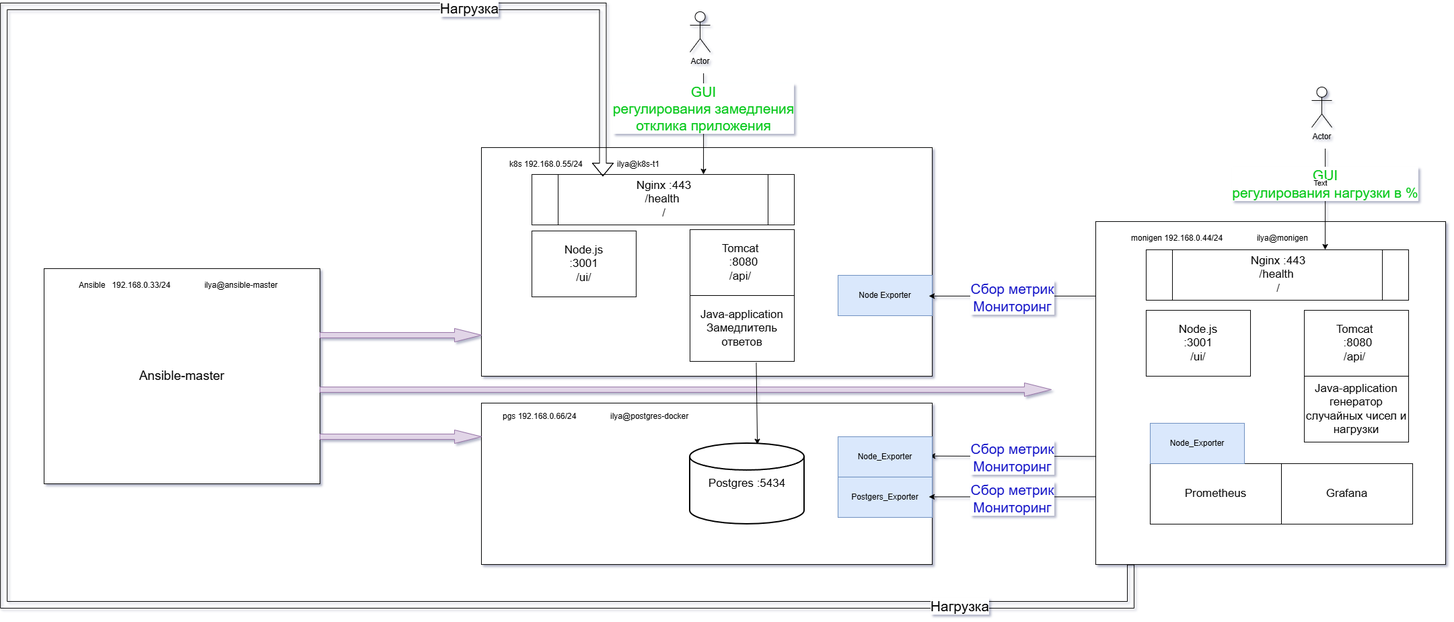
Before: moex_k8s/roles/nodejs/files/public/images/Simple_Net_Components.png, a diagram exported from draw.io (ildarbiano/ansible). Source tidied: cells renumbered, new cells last; positions are measured from the earlier drawing's top-left corner, leaving out a move shared by most shapes.
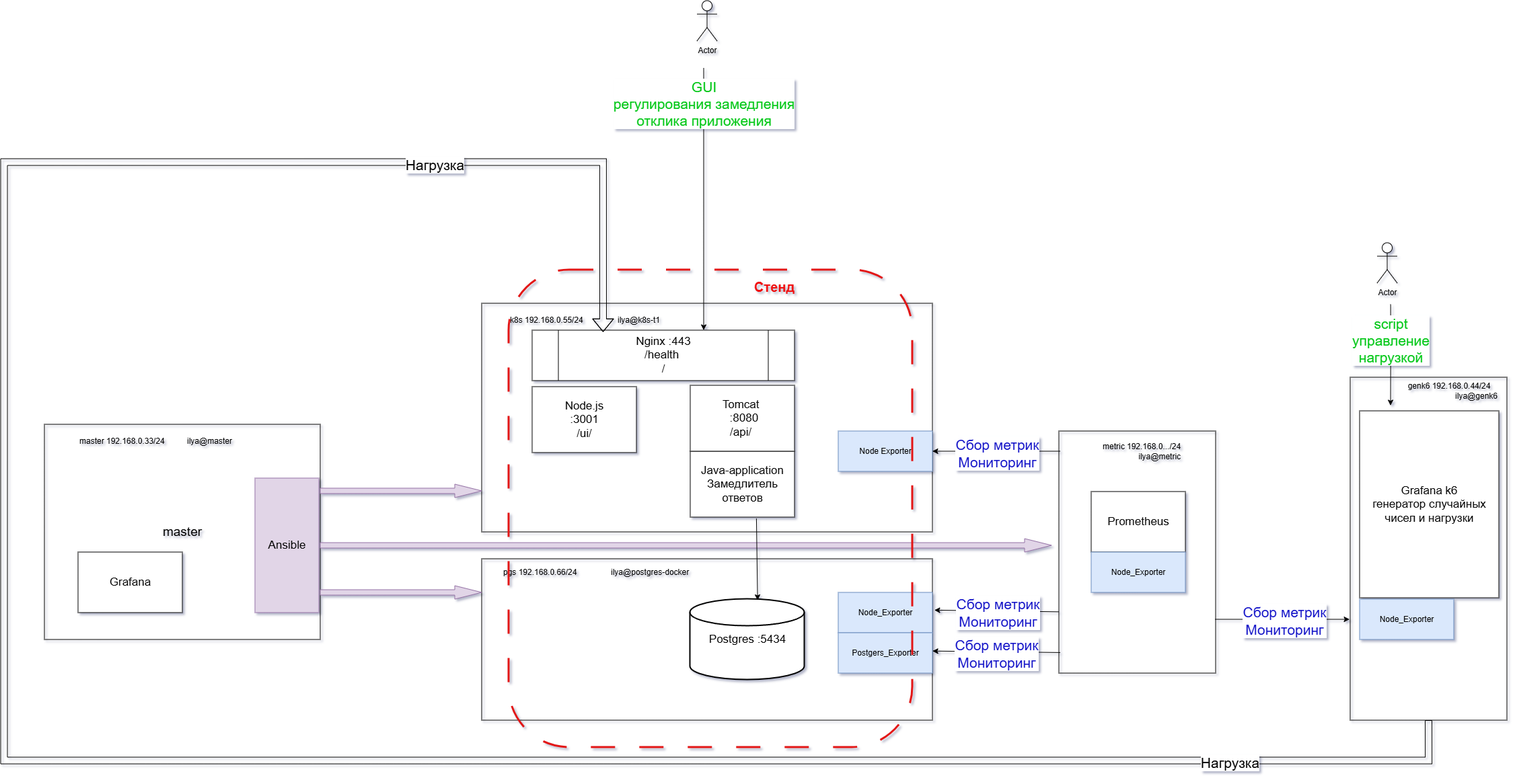
The same diagram one commit later.

What changed in the source:
```diff
@@ -2,10 +2,13 @@
   <root>
     <mxCell id="0" />
     <mxCell id="1" parent="0" />
+    <mxCell id="45" style="rounded=0;whiteSpace=wrap;html=1;fillColor=none;" parent="1" vertex="1">
+      <mxGeometry x="1568" y="400" width="233" height="360" as="geometry" />
+    </mxCell>
-    <mxCell id="2" style="rounded=0;whiteSpace=wrap;html=1;" parent="1" vertex="1">
+    <mxCell id="2" style="rounded=0;whiteSpace=wrap;html=1;fillColor=none;" parent="1" vertex="1">
       <mxGeometry x="710" y="590" width="670" height="240" as="geometry" />
     </mxCell>
-    <mxCell id="3" style="rounded=0;whiteSpace=wrap;html=1;" parent="1" vertex="1">
+    <mxCell id="3" style="rounded=0;whiteSpace=wrap;html=1;fillColor=none;" parent="1" vertex="1">
       <mxGeometry x="710" y="210" width="670" height="340" as="geometry" />
     </mxCell>
     <mxCell id="4" value="&lt;font style=&quot;font-size: 17px;&quot;&gt;&lt;font style=&quot;&quot;&gt;Postgres&amp;nbsp;&lt;/font&gt;&lt;span style=&quot;background-color: transparent; color: light-dark(rgb(0, 0, 0), rgb(255, 255, 255));&quot;&gt;:5434&lt;/span&gt;&lt;/font&gt;" style="strokeWidth=2;html=1;shape=mxgraph.flowchart.database;whiteSpace=wrap;rounded=0;" parent="1" vertex="1">
@@ -20,10 +23,10 @@
     <mxCell id="7" value="k8s 192.168.0.55/24&lt;span style=&quot;white-space:pre&quot;&gt;&#9;&#9;&lt;/span&gt;ilya@k8s-t1" style="text;html=1;whiteSpace=wrap;strokeColor=none;fillColor=none;align=left;verticalAlign=middle;rounded=0;" parent="1" vertex="1">
       <mxGeometry x="750" y="220" width="320" height="30" as="geometry" />
     </mxCell>
-    <mxCell id="8" value="&lt;font style=&quot;font-size: 19px;&quot;&gt;Ansible-master&lt;/font&gt;" style="rounded=0;whiteSpace=wrap;html=1;" parent="1" vertex="1">
+    <mxCell id="8" value="&lt;font style=&quot;font-size: 19px;&quot;&gt;master&lt;/font&gt;" style="rounded=0;whiteSpace=wrap;html=1;fillColor=none;" parent="1" vertex="1">
       <mxGeometry x="60" y="390" width="410" height="320" as="geometry" />
     </mxCell>
-    <mxCell id="9" value="Ansible&amp;nbsp; &amp;nbsp;192.168.0.33/24&lt;span style=&quot;white-space:pre&quot;&gt;&#9;&#9;&lt;/span&gt;ilya@ansible-master" style="text;html=1;whiteSpace=wrap;strokeColor=none;fillColor=none;align=left;verticalAlign=middle;rounded=0;" parent="1" vertex="1">
+    <mxCell id="9" value="master 192.168.0.33/24&lt;span style=&quot;white-space:pre&quot;&gt;&#9;&#9;&lt;/span&gt;ilya@master" style="text;html=1;whiteSpace=wrap;strokeColor=none;fillColor=none;align=left;verticalAlign=middle;rounded=0;" parent="1" vertex="1">
       <mxGeometry x="110" y="400" width="340" height="30" as="geometry" />
     </mxCell>
     <mxCell id="10" style="html=1;shadow=0;dashed=0;align=center;verticalAlign=middle;shape=mxgraph.arrows2.arrow;dy=0.6;dx=40;notch=0;fillColor=#e1d5e7;strokeColor=#9673a6;rounded=0;" parent="1" vertex="1">
@@ -35,23 +38,17 @@
     <mxCell id="12" value="&lt;span style=&quot;font-size: 17px;&quot;&gt;Java-application&lt;/span&gt;&lt;div&gt;&lt;span style=&quot;font-size: 17px;&quot;&gt;Замедлитель ответов&lt;/span&gt;&lt;/div&gt;" style="rounded=0;whiteSpace=wrap;html=1;" parent="1" vertex="1">
       <mxGeometry x="1020" y="430" width="155" height="98" as="geometry" />
     </mxCell>
-    <mxCell id="13" style="rounded=0;whiteSpace=wrap;html=1;" parent="1" vertex="1">
-      <mxGeometry x="1623" y="320" width="520" height="510" as="geometry" />
+    <mxCell id="13" style="rounded=0;whiteSpace=wrap;html=1;fillColor=none;" parent="1" vertex="1">
+      <mxGeometry x="2001" y="320" width="233" height="510" as="geometry" />
     </mxCell>
-    <mxCell id="14" value="&lt;font style=&quot;font-size: 17px;&quot;&gt;Nginx :443&lt;/font&gt;&lt;div&gt;&lt;font style=&quot;font-size: 17px;&quot;&gt;/health&amp;nbsp;&lt;/font&gt;&lt;/div&gt;&lt;div&gt;&lt;font style=&quot;font-size: 17px;&quot;&gt;/&lt;/font&gt;&lt;/div&gt;" style="shape=process;whiteSpace=wrap;html=1;backgroundOutline=1;rounded=0;" parent="1" vertex="1">
-      <mxGeometry x="1698" y="362" width="390" height="75" as="geometry" />
-    </mxCell>
-    <mxCell id="15" value="monigen 192.168.0.44/24&lt;span style=&quot;white-space:pre&quot;&gt;&#9;&#9;&lt;/span&gt;ilya@monigen" style="text;html=1;whiteSpace=wrap;strokeColor=none;fillColor=none;align=left;verticalAlign=middle;rounded=0;" parent="1" vertex="1">
-      <mxGeometry x="1674" y="330" width="320" height="30" as="geometry" />
+    <mxCell id="15" value="genk6 192.168.0.44/24&lt;span style=&quot;white-space:pre&quot;&gt;&#9;&lt;/span&gt;&lt;div&gt;&lt;span style=&quot;white-space:pre&quot;&gt;&#9;&lt;/span&gt;ilya@genk6&lt;/div&gt;" style="text;html=1;whiteSpace=wrap;strokeColor=none;fillColor=none;align=right;verticalAlign=middle;rounded=0;" parent="1" vertex="1">
+      <mxGeometry x="2007" y="325" width="215" height="30" as="geometry" />
     </mxCell>
     <mxCell id="16" value="&lt;font style=&quot;font-size: 17px;&quot;&gt;Node.js&lt;/font&gt;&lt;div&gt;&lt;font style=&quot;font-size: 17px;&quot;&gt;:3001&lt;/font&gt;&lt;/div&gt;&lt;div&gt;&lt;font style=&quot;font-size: 17px;&quot;&gt;/ui/&lt;/font&gt;&lt;/div&gt;" style="rounded=0;whiteSpace=wrap;html=1;" parent="1" vertex="1">
       <mxGeometry x="785" y="334" width="155" height="98" as="geometry" />
     </mxCell>
-    <mxCell id="17" value="&lt;div&gt;&lt;font style=&quot;font-size: 17px;&quot;&gt;Tomcat&amp;nbsp;&lt;/font&gt;&lt;/div&gt;&lt;div&gt;&lt;span style=&quot;background-color: transparent; color: light-dark(rgb(0, 0, 0), rgb(255, 255, 255));&quot;&gt;&lt;font style=&quot;font-size: 17px;&quot;&gt;&amp;nbsp;:8080&lt;/font&gt;&lt;/span&gt;&lt;/div&gt;&lt;div&gt;&lt;span style=&quot;background-color: transparent; color: light-dark(rgb(0, 0, 0), rgb(255, 255, 255));&quot;&gt;&lt;font style=&quot;font-size: 17px;&quot;&gt;/api/&amp;nbsp;&lt;/font&gt;&lt;/span&gt;&lt;/div&gt;" style="rounded=0;whiteSpace=wrap;html=1;" parent="1" vertex="1">
-      <mxGeometry x="1933" y="452" width="155" height="98" as="geometry" />
-    </mxCell>
-    <mxCell id="18" value="&lt;span style=&quot;font-size: 17px;&quot;&gt;Java-application&lt;/span&gt;&lt;div&gt;&lt;span style=&quot;font-size: 17px;&quot;&gt;генератор случайных чисел и нагрузки&lt;/span&gt;&lt;/div&gt;" style="rounded=0;whiteSpace=wrap;html=1;" parent="1" vertex="1">
-      <mxGeometry x="1933" y="550" width="155" height="98" as="geometry" />
+    <mxCell id="18" value="&lt;span style=&quot;font-size: 17px;&quot;&gt;Grafana k6&lt;/span&gt;&lt;div&gt;&lt;span style=&quot;font-size: 17px;&quot;&gt;генератор случайных чисел и нагрузки&lt;/span&gt;&lt;/div&gt;" style="rounded=0;whiteSpace=wrap;html=1;" parent="1" vertex="1">
+      <mxGeometry x="2015" y="370" width="207" height="278" as="geometry" />
     </mxCell>
     <mxCell id="19" value="&lt;div&gt;&lt;font style=&quot;font-size: 17px;&quot;&gt;Tomcat&amp;nbsp;&lt;/font&gt;&lt;/div&gt;&lt;div&gt;&lt;span style=&quot;background-color: transparent; color: light-dark(rgb(0, 0, 0), rgb(255, 255, 255));&quot;&gt;&lt;font style=&quot;font-size: 17px;&quot;&gt;&amp;nbsp;:8080&lt;/font&gt;&lt;/span&gt;&lt;/div&gt;&lt;div&gt;&lt;span style=&quot;background-color: transparent; color: light-dark(rgb(0, 0, 0), rgb(255, 255, 255));&quot;&gt;&lt;font style=&quot;font-size: 17px;&quot;&gt;/api/&amp;nbsp;&lt;/font&gt;&lt;/span&gt;&lt;/div&gt;" style="rounded=0;whiteSpace=wrap;html=1;" parent="1" vertex="1">
       <mxGeometry x="1020" y="332" width="155" height="98" as="geometry" />
@@ -60,30 +57,24 @@
       <mxGeometry x="470" y="560" width="1087" height="20" as="geometry" />
     </mxCell>
     <mxCell id="21" value="Actor" style="shape=umlActor;verticalLabelPosition=bottom;verticalAlign=top;html=1;rounded=0;" parent="1" vertex="1">
-      <mxGeometry x="1944" y="120" width="30" height="60" as="geometry" />
+      <mxGeometry x="2041" y="120" width="30" height="60" as="geometry" />
     </mxCell>
     <mxCell id="22" style="endArrow=classic;html=1;rounded=0;entryX=0.684;entryY=1.011;entryDx=0;entryDy=0;entryPerimeter=0;edgeStyle=orthogonalEdgeStyle;elbow=vertical;curved=1;" parent="1" edge="1">
       <mxGeometry relative="1" as="geometry">
-        <mxPoint x="1964.1" y="211.7" as="sourcePoint" />
-        <mxPoint x="1964" y="362" as="targetPoint" />
+        <mxPoint x="2061.1" y="211.7" as="sourcePoint" />
+        <mxPoint x="2061" y="362" as="targetPoint" />
       </mxGeometry>
     </mxCell>
-    <mxCell id="23" value="&lt;font style=&quot;font-size: 21px; color: light-dark(rgb(5, 200, 25), rgb(237, 237, 237));&quot;&gt;GUI&lt;/font&gt;&lt;div&gt;&lt;font style=&quot;font-size: 21px; color: light-dark(rgb(5, 200, 25), rgb(237, 237, 237));&quot;&gt;регулирования нагрузки в %&lt;/font&gt;&lt;/div&gt;" style="edgeLabel;html=1;align=center;verticalAlign=middle;rounded=0;" parent="22" vertex="1">
+    <mxCell id="23" value="&lt;font style=&quot;font-size: 21px; color: light-dark(rgb(5, 200, 25), rgb(237, 237, 237));&quot;&gt;script&lt;/font&gt;&lt;div&gt;&lt;font style=&quot;font-size: 21px; color: light-dark(rgb(5, 200, 25), rgb(237, 237, 237));&quot;&gt;управление&lt;/font&gt;&lt;/div&gt;&lt;div&gt;&lt;font style=&quot;font-size: 21px; color: light-dark(rgb(5, 200, 25), rgb(237, 237, 237));&quot;&gt;нагрузкой&lt;/font&gt;&lt;/div&gt;" style="edgeLabel;html=1;align=center;verticalAlign=middle;rounded=0;" parent="22" vertex="1">
       <mxGeometry x="-0.31" y="-2" relative="1" as="geometry" />
     </mxCell>
-    <mxCell id="24" value="Text" style="edgeLabel;html=1;align=center;verticalAlign=middle;" parent="22" vertex="1">
-      <mxGeometry x="-0.35" y="-9" relative="1" as="geometry">
-        <mxPoint y="1" as="offset" />
-      </mxGeometry>
-    </mxCell>
-    <mxCell id="25" style="edgeStyle=orthogonalEdgeStyle;elbow=vertical;endArrow=classic;html=1;rounded=0;startArrow=none;startFill=0;shape=flexArrow;strokeWidth=1;entryX=0.439;entryY=1.091;entryDx=0;entryDy=0;entryPerimeter=0;" parent="1" edge="1" target="7">
+    <mxCell id="25" style="edgeStyle=orthogonalEdgeStyle;elbow=vertical;endArrow=classic;html=1;rounded=0;startArrow=none;startFill=0;shape=flexArrow;strokeWidth=1;entryX=0.439;entryY=1.091;entryDx=0;entryDy=0;entryPerimeter=0;exitX=0.5;exitY=1;exitDx=0;exitDy=0;" parent="1" edge="1" source="13" target="7">
       <mxGeometry relative="1" as="geometry">
-        <mxPoint x="1675" y="830" as="sourcePoint" />
         <Array as="points">
-          <mxPoint x="1675.1" y="890" />
-          <mxPoint y="890" />
-          <mxPoint />
-          <mxPoint x="890.6" />
+          <mxPoint x="2117.5" y="890" />
+          <mxPoint x="0.1" y="890" />
+          <mxPoint x="0.1" />
+          <mxPoint x="890.5" />
         </Array>
       </mxGeometry>
     </mxCell>
@@ -97,32 +88,33 @@
         <mxPoint x="-2" as="offset" />
       </mxGeometry>
     </mxCell>
-    <mxCell id="28" value="&lt;font style=&quot;font-size: 17px;&quot;&gt;Node.js&lt;/font&gt;&lt;div&gt;&lt;font style=&quot;font-size: 17px;&quot;&gt;:3001&lt;/font&gt;&lt;/div&gt;&lt;div&gt;&lt;font style=&quot;font-size: 17px;&quot;&gt;/ui/&lt;/font&gt;&lt;/div&gt;" style="rounded=0;whiteSpace=wrap;html=1;" parent="1" vertex="1">
-      <mxGeometry x="1698" y="452" width="155" height="98" as="geometry" />
-    </mxCell>
     <mxCell id="29" value="Actor" style="shape=umlActor;verticalLabelPosition=bottom;verticalAlign=top;html=1;rounded=0;" parent="1" vertex="1">
-      <mxGeometry x="1020" y="8" width="30" height="60" as="geometry" />
+      <mxGeometry x="1030" y="-240" width="30" height="60" as="geometry" />
     </mxCell>
     <mxCell id="30" style="endArrow=classic;html=1;rounded=0;entryX=0.684;entryY=1.011;entryDx=0;entryDy=0;entryPerimeter=0;edgeStyle=orthogonalEdgeStyle;elbow=vertical;curved=1;" parent="1" edge="1">
       <mxGeometry relative="1" as="geometry">
-        <mxPoint x="1040.1" y="99.7" as="sourcePoint" />
+        <mxPoint x="1040" y="-140" as="sourcePoint" />
         <mxPoint x="1040" y="250" as="targetPoint" />
       </mxGeometry>
     </mxCell>
     <mxCell id="31" value="&lt;font style=&quot;font-size: 21px; color: light-dark(rgb(5, 200, 25), rgb(237, 237, 237));&quot;&gt;GUI&lt;/font&gt;&lt;div&gt;&lt;font style=&quot;font-size: 21px; color: light-dark(rgb(5, 200, 25), rgb(237, 237, 237));&quot;&gt;регулирования замедления&lt;/font&gt;&lt;/div&gt;&lt;div&gt;&lt;font style=&quot;font-size: 21px; color: light-dark(rgb(5, 200, 25), rgb(237, 237, 237));&quot;&gt;отклика приложения&lt;/font&gt;&lt;/div&gt;" style="edgeLabel;html=1;align=center;verticalAlign=middle;rounded=0;" parent="30" vertex="1">
-      <mxGeometry x="-0.31" y="-2" relative="1" as="geometry" />
+      <mxGeometry x="-0.31" y="-2" relative="1" as="geometry">
+        <mxPoint y="-85" as="offset" />
+      </mxGeometry>
     </mxCell>
     <mxCell id="32" style="edgeStyle=none;jettySize=auto;html=1;rounded=0;exitX=0.635;exitY=1.022;exitDx=0;exitDy=0;exitPerimeter=0;entryX=0.589;entryY=0.013;entryDx=0;entryDy=0;entryPerimeter=0;" parent="1" edge="1" source="12" target="4">
       <mxGeometry relative="1" as="geometry" />
     </mxCell>
     <mxCell id="33" value="&lt;font style=&quot;font-size: 17px;&quot;&gt;Prometheus&lt;/font&gt;" style="rounded=0;whiteSpace=wrap;html=1;" parent="1" vertex="1">
-      <mxGeometry x="1704" y="680" width="195" height="90" as="geometry" />
+      <mxGeometry x="1616" y="490" width="140" height="90" as="geometry" />
     </mxCell>
     <mxCell id="34" value="&lt;font style=&quot;font-size: 17px;&quot;&gt;Grafana&lt;/font&gt;" style="rounded=0;whiteSpace=wrap;html=1;" parent="1" vertex="1">
-      <mxGeometry x="1899" y="680" width="195" height="90" as="geometry" />
+      <mxGeometry x="110" y="580" width="155" height="90" as="geometry" />
     </mxCell>
-    <mxCell id="35" style="endArrow=classic;html=1;rounded=0;exitX=0.001;exitY=0.685;exitDx=0;exitDy=0;exitPerimeter=0;entryX=0.994;entryY=0.328;entryDx=0;entryDy=0;entryPerimeter=0;" parent="1" edge="1" source="13" target="2">
-      <mxGeometry relative="1" as="geometry" />
+    <mxCell id="35" style="endArrow=classic;html=1;rounded=0;entryX=1.021;entryY=0.439;entryDx=0;entryDy=0;entryPerimeter=0;" parent="1" edge="1" target="38">
+      <mxGeometry relative="1" as="geometry">
+        <mxPoint x="1567.8" y="668.8" as="sourcePoint" />
+      </mxGeometry>
     </mxCell>
     <mxCell id="36" value="&lt;font style=&quot;font-size: 21px; color: light-dark(rgb(20, 20, 200), rgb(237, 237, 237));&quot;&gt;Сбор метрик&lt;/font&gt;&lt;div&gt;&lt;font style=&quot;font-size: 21px; color: light-dark(rgb(20, 20, 200), rgb(237, 237, 237));&quot;&gt;Мониторинг&lt;/font&gt;&lt;/div&gt;" style="edgeLabel;html=1;align=center;verticalAlign=middle;" parent="35" vertex="1">
       <mxGeometry x="0.01" y="1" relative="1" as="geometry" />
@@ -134,28 +126,52 @@
       <mxGeometry x="1240" y="640" width="140" height="60" as="geometry" />
     </mxCell>
     <mxCell id="39" value="Node_Exporter" style="rounded=0;whiteSpace=wrap;html=1;fillColor=#dae8fc;strokeColor=#6c8ebf;" parent="1" vertex="1">
-      <mxGeometry x="1704" y="620" width="140" height="60" as="geometry" />
+      <mxGeometry x="1616" y="580" width="140" height="60" as="geometry" />
     </mxCell>
     <mxCell id="40" value="Postgers_Exporter" style="rounded=0;whiteSpace=wrap;html=1;fillColor=#dae8fc;strokeColor=#6c8ebf;" parent="1" vertex="1">
       <mxGeometry x="1240" y="700" width="140" height="60" as="geometry" />
     </mxCell>
-    <mxCell id="41" style="endArrow=classic;html=1;rounded=0;exitX=0.001;exitY=0.685;exitDx=0;exitDy=0;exitPerimeter=0;entryX=0.994;entryY=0.328;entryDx=0;entryDy=0;entryPerimeter=0;" parent="1" edge="1">
+    <mxCell id="41" style="endArrow=classic;html=1;rounded=0;entryX=1.001;entryY=0.453;entryDx=0;entryDy=0;entryPerimeter=0;" parent="1" edge="1" target="40">
       <mxGeometry relative="1" as="geometry">
-        <mxPoint x="1623" y="729.4" as="sourcePoint" />
-        <mxPoint x="1375" y="729.4" as="targetPoint" />
+        <mxPoint x="1570" y="729.4" as="sourcePoint" />
       </mxGeometry>
     </mxCell>
     <mxCell id="42" value="&lt;font style=&quot;font-size: 21px; color: light-dark(rgb(20, 20, 200), rgb(237, 237, 237));&quot;&gt;Сбор метрик&lt;/font&gt;&lt;div&gt;&lt;font style=&quot;font-size: 21px; color: light-dark(rgb(20, 20, 200), rgb(237, 237, 237));&quot;&gt;Мониторинг&lt;/font&gt;&lt;/div&gt;" style="edgeLabel;html=1;align=center;verticalAlign=middle;" parent="41" vertex="1">
       <mxGeometry x="0.01" y="1" relative="1" as="geometry" />
     </mxCell>
-    <mxCell id="43" style="endArrow=classic;html=1;rounded=0;exitX=0.001;exitY=0.685;exitDx=0;exitDy=0;exitPerimeter=0;entryX=0.994;entryY=0.328;entryDx=0;entryDy=0;entryPerimeter=0;" parent="1" edge="1">
+    <mxCell id="43" style="endArrow=classic;html=1;rounded=0;entryX=1;entryY=0.5;entryDx=0;entryDy=0;" parent="1" edge="1" target="37">
       <mxGeometry relative="1" as="geometry">
-        <mxPoint x="1623" y="430.8" as="sourcePoint" />
-        <mxPoint x="1375" y="430.8" as="targetPoint" />
+        <mxPoint x="1570" y="430" as="sourcePoint" />
       </mxGeometry>
     </mxCell>
     <mxCell id="44" value="&lt;font style=&quot;font-size: 21px; color: light-dark(rgb(20, 20, 200), rgb(237, 237, 237));&quot;&gt;Сбор метрик&lt;/font&gt;&lt;div&gt;&lt;font style=&quot;font-size: 21px; color: light-dark(rgb(20, 20, 200), rgb(237, 237, 237));&quot;&gt;Мониторинг&lt;/font&gt;&lt;/div&gt;" style="edgeLabel;html=1;align=center;verticalAlign=middle;" parent="43" vertex="1">
       <mxGeometry x="0.01" y="1" relative="1" as="geometry" />
     </mxCell>
+    <mxCell id="46" value="&lt;div style=&quot;text-align: right;&quot;&gt;&lt;span style=&quot;background-color: transparent; color: light-dark(rgb(0, 0, 0), rgb(255, 255, 255));&quot;&gt;metric 192.168.0.../24&lt;/span&gt;&lt;/div&gt;&lt;div style=&quot;text-align: right;&quot;&gt;&lt;span style=&quot;white-space:pre&quot;&gt;&#9;&lt;/span&gt;ilya@metric&lt;/div&gt;" style="text;html=1;whiteSpace=wrap;strokeColor=none;fillColor=none;align=left;verticalAlign=middle;rounded=0;" parent="1" vertex="1">
+      <mxGeometry x="1631" y="415" width="170" height="30" as="geometry" />
+    </mxCell>
+    <mxCell id="47" value="Node_Exporter" style="rounded=0;whiteSpace=wrap;html=1;fillColor=#dae8fc;strokeColor=#6c8ebf;" parent="1" vertex="1">
+      <mxGeometry x="2015" y="650" width="140" height="60" as="geometry" />
+    </mxCell>
+    <mxCell id="48" style="endArrow=none;html=1;rounded=0;endFill=0;startArrow=classic;startFill=1;" parent="1" edge="1">
+      <mxGeometry relative="1" as="geometry">
+        <mxPoint x="2000" y="680" as="sourcePoint" />
+        <mxPoint x="1800" y="680" as="targetPoint" />
+      </mxGeometry>
+    </mxCell>
+    <mxCell id="49" value="&lt;font style=&quot;font-size: 21px; color: light-dark(rgb(20, 20, 200), rgb(237, 237, 237));&quot;&gt;Сбор метрик&lt;/font&gt;&lt;div&gt;&lt;font style=&quot;font-size: 21px; color: light-dark(rgb(20, 20, 200), rgb(237, 237, 237));&quot;&gt;Мониторинг&lt;/font&gt;&lt;/div&gt;" style="edgeLabel;html=1;align=center;verticalAlign=middle;" parent="48" vertex="1">
+      <mxGeometry x="0.01" y="1" relative="1" as="geometry">
+        <mxPoint x="1" y="-1" as="offset" />
+      </mxGeometry>
+    </mxCell>
+    <mxCell id="50" style="rounded=1;whiteSpace=wrap;html=1;fillColor=none;gradientColor=#ea6b66;strokeColor=light-dark(#e31616, #ededed);dashed=1;dashPattern=12 12;strokeWidth=3;" parent="1" vertex="1">
+      <mxGeometry x="750" y="160" width="600" height="710" as="geometry" />
+    </mxCell>
+    <mxCell id="51" value="&lt;span style=&quot;color: light-dark(rgb(241, 14, 14), rgb(237, 237, 237));&quot;&gt;&lt;font style=&quot;font-size: 20px;&quot;&gt;Стенд&lt;/font&gt;&lt;/span&gt;" style="text;html=1;whiteSpace=wrap;strokeColor=none;fillColor=none;align=center;verticalAlign=middle;rounded=0;fontStyle=1;" parent="1" vertex="1">
+      <mxGeometry x="1115" y="170" width="60" height="30" as="geometry" />
+    </mxCell>
+    <mxCell id="52" value="&lt;font style=&quot;font-size: 17px;&quot;&gt;Ansible&lt;/font&gt;" style="rounded=0;whiteSpace=wrap;html=1;fillColor=#e1d5e7;strokeColor=#9673a6;" parent="1" vertex="1">
+      <mxGeometry x="373" y="470" width="95" height="200" as="geometry" />
+    </mxCell>
   </root>
 </mxGraphModel>
```
